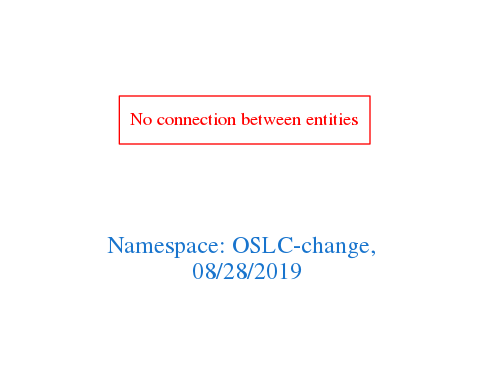
The Graphviz diagram downloads/OSLC-change.png in arago/OGIT, before a commit. Its source is kept beside it as downloads/OSLC-change.dot.
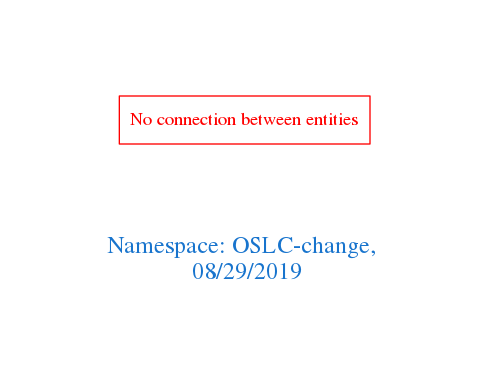
The same diagram one commit later.

What changed in the source:
```diff
@@ -1,7 +1,7 @@
 digraph OGIT_ontology {
  graph [ rankdir= LR,pad=1
 fontsize = 18,
-fontcolor= dodgerblue3,label = "\n\n\nNamespace: OSLC-change, \n 08/28/2019"];
+fontcolor= dodgerblue3,label = "\n\n\nNamespace: OSLC-change, \n 08/29/2019"];
 node[shape=polygon];
 edge [  color="gray81"];
 
```
